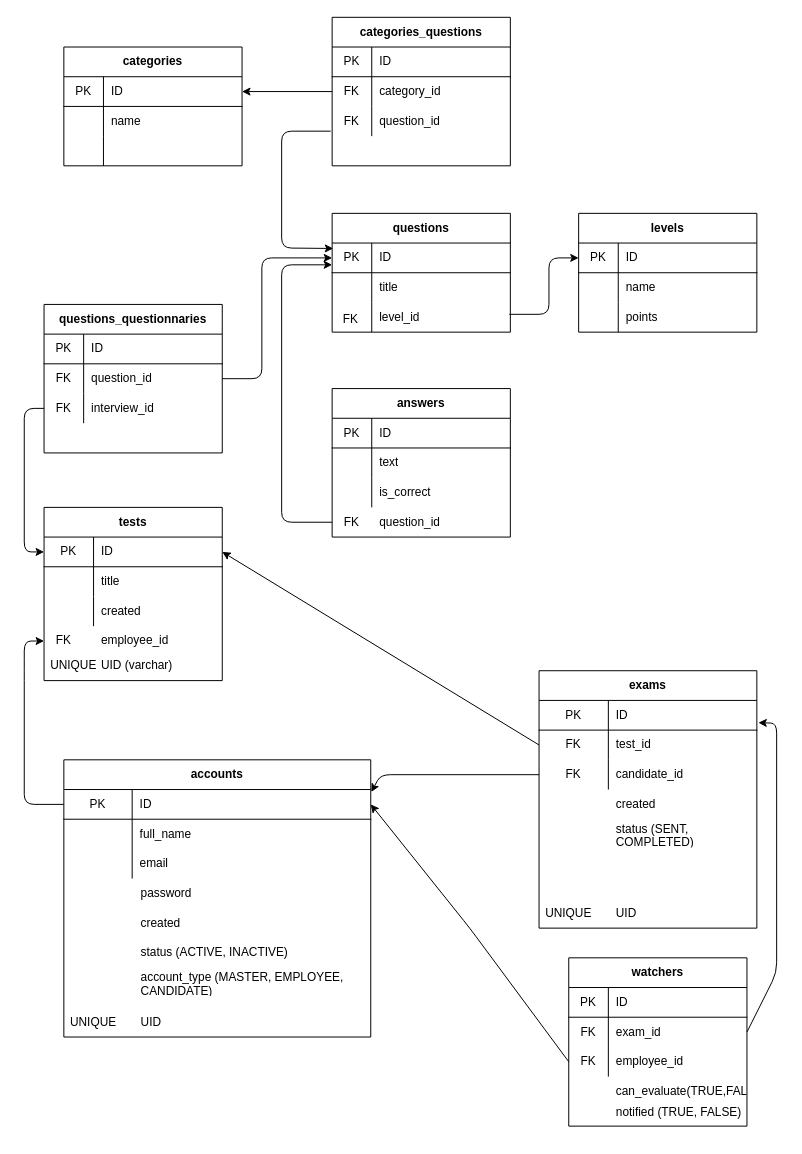
This is Untitled Diagram.drawio from marina-bozic/s3-terraform, a draw.io file, before an edit. Source tidied: cells renumbered, new cells numbered last; positions are measured from the earlier drawing's top-left corner, leaving out a move shared by most shapes. Both pictures are drawn from the tidied source at 99%, with x=0, y=0 at pixel (24, 17).
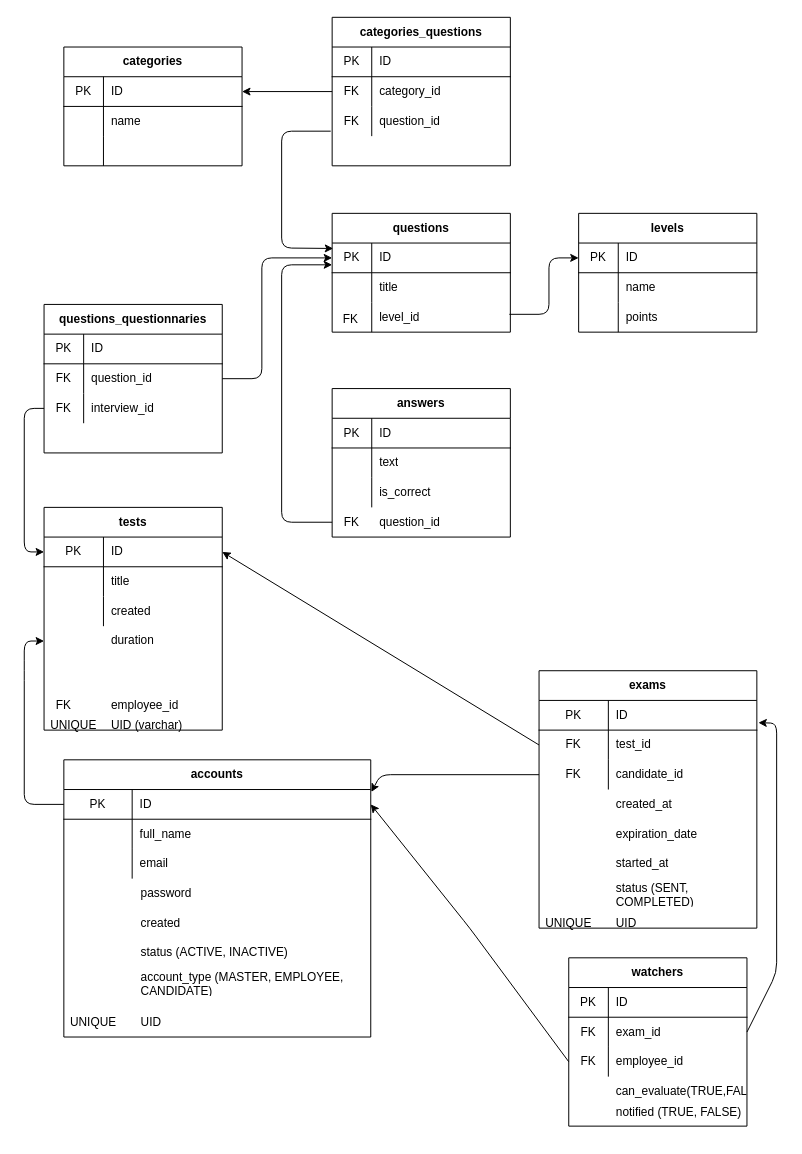
The same diagram, later.

The change refers to these unchanged cells:
```xml
<mxCell id="59" style="shape=partialRectangle;html=1;whiteSpace=wrap;fillColor=none;top=0;left=0;bottom=1;right=0;points=[[0,0.5],[1,0.5]];portConstraint=eastwest;" parent="58" vertex="1">
  <mxGeometry y="30" width="180" height="30" as="geometry" />
</mxCell>
<mxCell id="62" style="shape=partialRectangle;html=1;whiteSpace=wrap;fillColor=none;top=0;left=0;bottom=0;right=0;" parent="58" vertex="1">
  <mxGeometry y="60" width="180" height="30" as="geometry" />
</mxCell>
<mxCell id="65" style="shape=partialRectangle;html=1;whiteSpace=wrap;fillColor=none;top=0;left=0;bottom=0;right=0;" parent="58" vertex="1">
  <mxGeometry y="90" width="180" height="30" as="geometry" />
</mxCell>
```

Diff of the diagram source:
```diff
@@
     <mxCell id="58" value="tests" style="shape=table;html=1;whiteSpace=wrap;startSize=30;childLayout=tableLayout;rowLines=0;fontStyle=1;align=center;" parent="1" vertex="1">
-      <mxGeometry x="20" y="495" width="180" height="175" as="geometry" />
+      <mxGeometry x="20" y="495" width="180" height="225" as="geometry" />
     </mxCell>
@@
     <mxCell id="60" value="PK" style="shape=partialRectangle;html=1;whiteSpace=wrap;fillColor=none;top=0;left=0;bottom=0;right=0;overflow=hidden;" parent="59" vertex="1">
-      <mxGeometry width="50" height="30" as="geometry" />
+      <mxGeometry width="60" height="30" as="geometry" />
     </mxCell>
     <mxCell id="61" value="ID" style="shape=partialRectangle;html=1;whiteSpace=wrap;fillColor=none;top=0;left=0;bottom=0;right=0;align=left;spacingLeft=6;overflow=hidden;" parent="59" vertex="1">
-      <mxGeometry x="50" width="130" height="30" as="geometry" />
+      <mxGeometry x="60" width="120" height="30" as="geometry" />
     </mxCell>
@@
     <mxCell id="63" style="shape=partialRectangle;html=1;whiteSpace=wrap;fillColor=none;top=0;left=0;bottom=0;right=0;overflow=hidden;" parent="62" vertex="1">
-      <mxGeometry width="50" height="30" as="geometry" />
+      <mxGeometry width="60" height="30" as="geometry" />
     </mxCell>
     <mxCell id="64" value="title" style="shape=partialRectangle;html=1;whiteSpace=wrap;fillColor=none;top=0;left=0;bottom=0;right=0;align=left;spacingLeft=6;overflow=hidden;" parent="62" vertex="1">
-      <mxGeometry x="50" width="130" height="30" as="geometry" />
+      <mxGeometry x="60" width="120" height="30" as="geometry" />
     </mxCell>
@@
     <mxCell id="66" style="shape=partialRectangle;html=1;whiteSpace=wrap;fillColor=none;top=0;left=0;bottom=0;right=0;overflow=hidden;" parent="65" vertex="1">
-      <mxGeometry width="50" height="30" as="geometry" />
+      <mxGeometry width="60" height="30" as="geometry" />
     </mxCell>
     <mxCell id="67" value="created" style="shape=partialRectangle;html=1;whiteSpace=wrap;fillColor=none;top=0;left=0;bottom=0;right=0;align=left;spacingLeft=6;overflow=hidden;" parent="65" vertex="1">
-      <mxGeometry x="50" width="130" height="30" as="geometry" />
+      <mxGeometry x="60" width="120" height="30" as="geometry" />
     </mxCell>
-    <mxCell id="68" value="employee_id" style="shape=partialRectangle;html=1;whiteSpace=wrap;fillColor=none;top=0;left=0;bottom=0;right=0;align=left;spacingLeft=6;overflow=hidden;" parent="1" vertex="1">
-      <mxGeometry x="70" y="615" width="140" height="30" as="geometry" />
+    <mxCell id="68" value="duration" style="shape=partialRectangle;html=1;whiteSpace=wrap;fillColor=none;top=0;left=0;bottom=0;right=0;align=left;spacingLeft=6;overflow=hidden;" parent="1" vertex="1">
+      <mxGeometry x="80" y="615" width="140" height="30" as="geometry" />
     </mxCell>
     <mxCell id="69" value="FK" style="shape=partialRectangle;html=1;whiteSpace=wrap;fillColor=none;top=0;left=0;bottom=0;right=0;overflow=hidden;" parent="1" vertex="1">
-      <mxGeometry x="20" y="615" width="40" height="30" as="geometry" />
+      <mxGeometry x="20" y="680" width="40" height="30" as="geometry" />
     </mxCell>
@@
     <mxCell id="97" value="UNIQUE" style="shape=partialRectangle;html=1;whiteSpace=wrap;fillColor=none;top=0;left=0;bottom=0;right=0;overflow=hidden;" parent="1" vertex="1">
-      <mxGeometry x="20" y="640" width="60" height="30" as="geometry" />
+      <mxGeometry x="20" y="700" width="60" height="30" as="geometry" />
     </mxCell>
     <mxCell id="98" value="UID (varchar)" style="shape=partialRectangle;html=1;whiteSpace=wrap;fillColor=none;top=0;left=0;bottom=0;right=0;align=left;spacingLeft=6;overflow=hidden;" parent="1" vertex="1">
-      <mxGeometry x="70" y="640" width="140" height="30" as="geometry" />
+      <mxGeometry x="80" y="700" width="140" height="30" as="geometry" />
     </mxCell>
-    <mxCell id="99" value="created" style="shape=partialRectangle;html=1;whiteSpace=wrap;fillColor=none;top=0;left=0;bottom=0;right=0;align=left;spacingLeft=6;overflow=hidden;" parent="1" vertex="1">
+    <mxCell id="99" value="created_at" style="shape=partialRectangle;html=1;whiteSpace=wrap;fillColor=none;top=0;left=0;bottom=0;right=0;align=left;spacingLeft=6;overflow=hidden;" parent="1" vertex="1">
       <mxGeometry x="590" y="780" width="140" height="30" as="geometry" />
     </mxCell>
     <mxCell id="100" value="status (SENT, COMPLETED)" style="shape=partialRectangle;html=1;whiteSpace=wrap;fillColor=none;top=0;left=0;bottom=0;right=0;align=left;spacingLeft=6;overflow=hidden;" parent="1" vertex="1">
-      <mxGeometry x="590" y="810" width="160" height="30" as="geometry" />
+      <mxGeometry x="590" y="870" width="160" height="30" as="geometry" />
     </mxCell>
@@
     <mxCell id="115" value="UID" style="shape=partialRectangle;html=1;whiteSpace=wrap;fillColor=none;top=0;left=0;bottom=0;right=0;align=left;spacingLeft=6;overflow=hidden;" parent="1" vertex="1">
-      <mxGeometry x="590" y="890" width="140" height="30" as="geometry" />
+      <mxGeometry x="590" y="900" width="140" height="30" as="geometry" />
     </mxCell>
@@
     <mxCell id="118" value="UNIQUE" style="shape=partialRectangle;html=1;whiteSpace=wrap;fillColor=none;top=0;left=0;bottom=0;right=0;overflow=hidden;" parent="1" vertex="1">
-      <mxGeometry x="520" y="890" width="60" height="30" as="geometry" />
+      <mxGeometry x="520" y="900" width="60" height="30" as="geometry" />
     </mxCell>
@@
+    <mxCell id="135" value="expiration_date" style="shape=partialRectangle;html=1;whiteSpace=wrap;fillColor=none;top=0;left=0;bottom=0;right=0;align=left;spacingLeft=6;overflow=hidden;" parent="1" vertex="1">
+      <mxGeometry x="590" y="810" width="140" height="30" as="geometry" />
+    </mxCell>
+    <mxCell id="136" value="started_at" style="shape=partialRectangle;html=1;whiteSpace=wrap;fillColor=none;top=0;left=0;bottom=0;right=0;align=left;spacingLeft=6;overflow=hidden;" parent="1" vertex="1">
+      <mxGeometry x="590" y="840" width="140" height="30" as="geometry" />
+    </mxCell>
+    <mxCell id="137" value="employee_id" style="shape=partialRectangle;html=1;whiteSpace=wrap;fillColor=none;top=0;left=0;bottom=0;right=0;align=left;spacingLeft=6;overflow=hidden;" parent="1" vertex="1">
+      <mxGeometry x="80" y="680" width="140" height="30" as="geometry" />
+    </mxCell>
```
